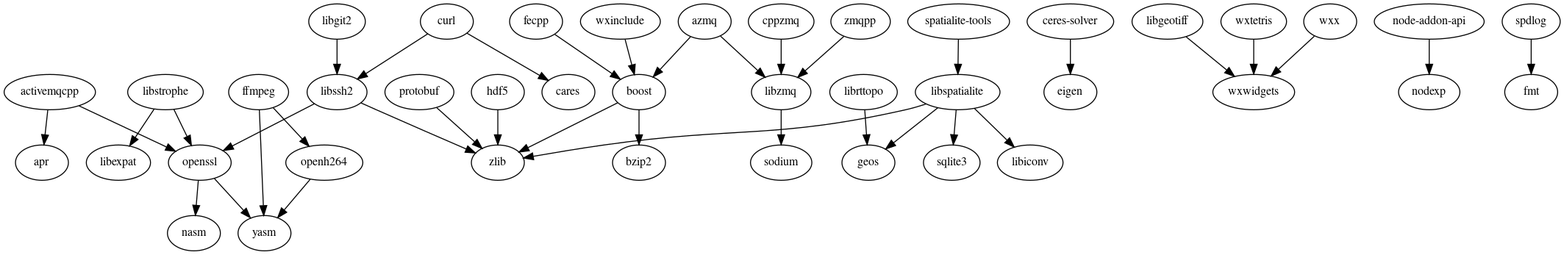
Earlier version of the Graphviz export cmake/deps.png (externpro/externpro). Its source is kept beside it as cmake/deps.dot.
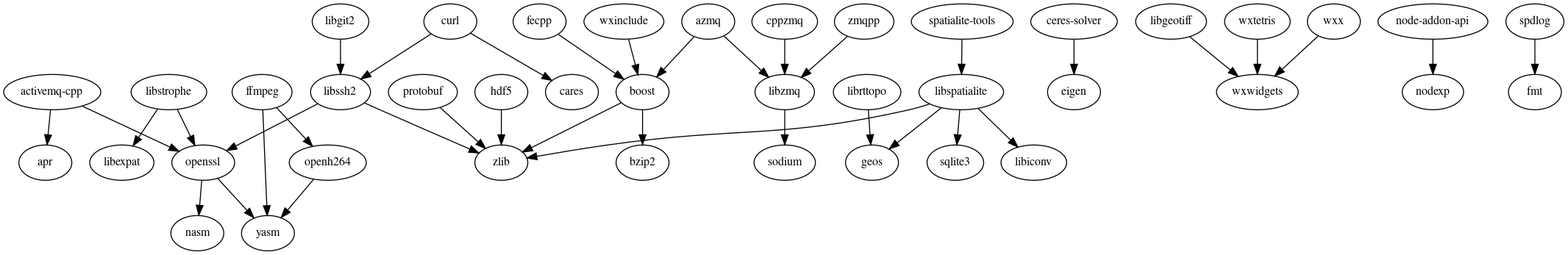
After the change.

Commit message:
pros: activemq-cpp v3.9.5.1 from github/externpro

The edit, as a diff of the source:
```diff
@@ -1,7 +1,7 @@
 digraph GG {
   node [fontsize=12];
-  "activemqcpp" -> "apr";
-  "activemqcpp" -> "openssl";
+  "activemq-cpp" -> "apr";
+  "activemq-cpp" -> "openssl";
   "azmq" -> "boost";
   "azmq" -> "libzmq";
   "boost" -> "bzip2";
```
